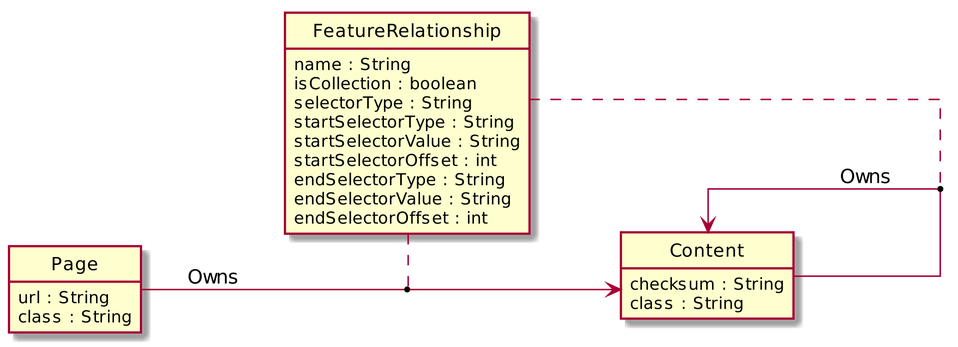
TheGreyKoala/master-thesis keeps this PlantUML diagram as src/main/resources/db-data-model/content-relationship.png. Above is the earlier version. Its diagram source:
```plantuml
@startuml
hide circle
hide empty methods

class Content {
    checksum : String
    class : String
}
hide circle
hide empty methods

class Page {
    url : String
    class : String
}

Content --> Content : Owns
Page --> Content : Owns
hide circle
hide empty methods

class FeatureRelationship {
    name : String
    isCollection : boolean
    selectorType : String
    startSelectorType : String
    startSelectorValue : String
    startSelectorOffset : int
    endSelectorType : String
    endSelectorValue : String
    endSelectorOffset : int
}

scale 3.25
hide circle
hide empty methods
left to right direction
skinparam linetype ortho

FeatureRelationship .. (Content, Content)
FeatureRelationship .. (Page, Content)
@enduml
```
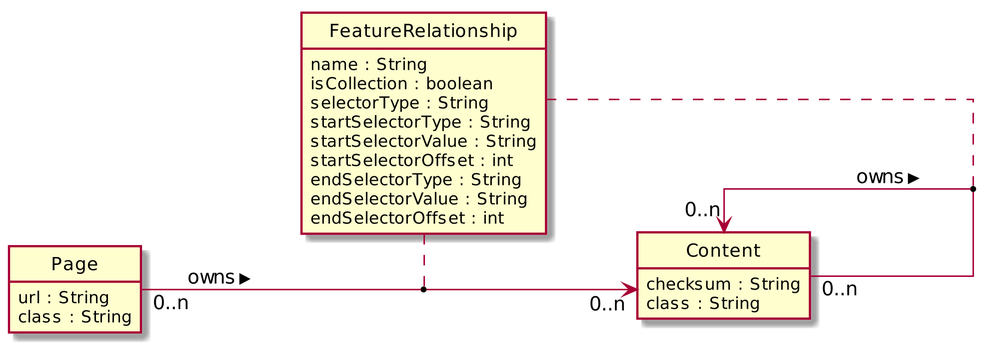
The same file after the commit.

Change to the diagram source:
```diff
@@ -14,8 +14,8 @@
     class : String
 }
 
-Content --> Content : Owns
-Page --> Content : Owns
+Content "0..n" --> "0..n" Content : > owns
+Page "0..n" --> "0..n" Content : > owns
 hide circle
 hide empty methods
 
```
